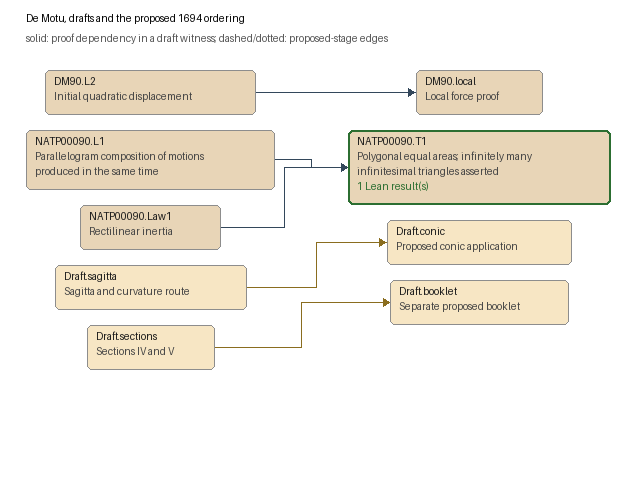
Before: docs/graphs/proof-drafts.png, a diagram exported from Graphviz (arivero/newtonlean). Its source is kept beside it as docs/graphs/proof-drafts.dot. Its diagram source:
```dot
digraph proof-drafts {
  rankdir=LR;
  node [shape=box, style="rounded,filled"];
  "Draft.sections" [label="Draft.sections\nSections IV and V", fillcolor="#f7e6c4", color="#8d8d8d", penwidth=1];
  "NATP00090.T1" [label="NATP00090.T1\nPolygonal equal areas; infinitely many\ninfinitesimal triangles asserted\n1 Lean result(s)", fillcolor="#e8d5b7", color="#2c6e31", penwidth=2];
  "Draft.booklet" [label="Draft.booklet\nSeparate proposed booklet", fillcolor="#f7e6c4", color="#8d8d8d", penwidth=1];
  "NATP00090.L1" [label="NATP00090.L1\nParallelogram composition of motions\nproduced in the same time", fillcolor="#e8d5b7", color="#8d8d8d", penwidth=1];
  "DM90.L2" [label="DM90.L2\nInitial quadratic displacement", fillcolor="#e8d5b7", color="#8d8d8d", penwidth=1];
  "Draft.conic" [label="Draft.conic\nProposed conic application", fillcolor="#f7e6c4", color="#8d8d8d", penwidth=1];
  "DM90.local" [label="DM90.local\nLocal force proof", fillcolor="#e8d5b7", color="#8d8d8d", penwidth=1];
  "Draft.sagitta" [label="Draft.sagitta\nSagitta and curvature route", fillcolor="#f7e6c4", color="#8d8d8d", penwidth=1];
  "NATP00090.Law1" [label="NATP00090.Law1\nRectilinear inertia", fillcolor="#e8d5b7", color="#8d8d8d", penwidth=1];
  "NATP00090.Law1" -> "NATP00090.T1" [style=solid, label="proof dependency", fontsize=9];
  "NATP00090.L1" -> "NATP00090.T1" [style=solid, label="proof dependency", fontsize=9];
  "DM90.L2" -> "DM90.local" [style=solid, label="proof dependency", fontsize=9];
  "Draft.sections" -> "Draft.booklet" [style=solid, label="proposed reordering", fontsize=9];
  "Draft.sagitta" -> "Draft.conic" [style=dotted, label="proposed dependency", fontsize=9];
}
```
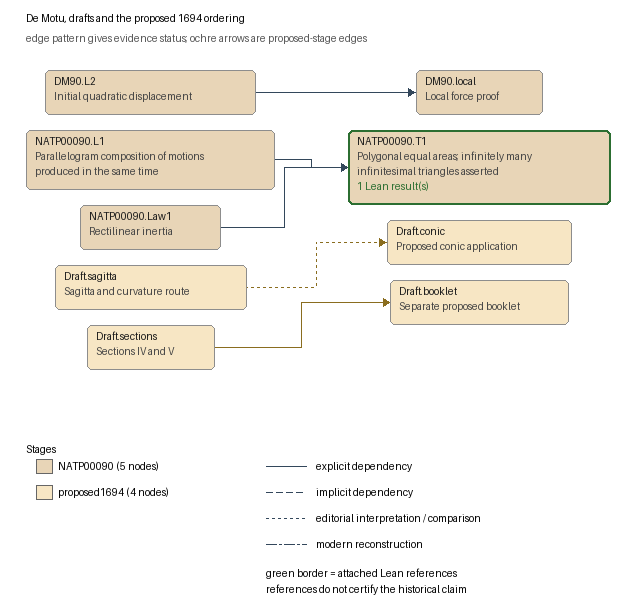
After the change.

Change to the diagram source:
```diff
@@ -1,18 +1,18 @@
 digraph proof-drafts {
   rankdir=LR;
   node [shape=box, style="rounded,filled"];
+  "DM90.L2" [label="DM90.L2\nInitial quadratic displacement", fillcolor="#e8d5b7", color="#8d8d8d", penwidth=1];
+  "DM90.local" [label="DM90.local\nLocal force proof", fillcolor="#e8d5b7", color="#8d8d8d", penwidth=1];
+  "Draft.booklet" [label="Draft.booklet\nSeparate proposed booklet", fillcolor="#f7e6c4", color="#8d8d8d", penwidth=1];
+  "Draft.conic" [label="Draft.conic\nProposed conic application", fillcolor="#f7e6c4", color="#8d8d8d", penwidth=1];
+  "Draft.sagitta" [label="Draft.sagitta\nSagitta and curvature route", fillcolor="#f7e6c4", color="#8d8d8d", penwidth=1];
   "Draft.sections" [label="Draft.sections\nSections IV and V", fillcolor="#f7e6c4", color="#8d8d8d", penwidth=1];
+  "NATP00090.L1" [label="NATP00090.L1\nParallelogram composition of motions\nproduced in the same time", fillcolor="#e8d5b7", color="#8d8d8d", penwidth=1];
+  "NATP00090.Law1" [label="NATP00090.Law1\nRectilinear inertia", fillcolor="#e8d5b7", color="#8d8d8d", penwidth=1];
   "NATP00090.T1" [label="NATP00090.T1\nPolygonal equal areas; infinitely many\ninfinitesimal triangles asserted\n1 Lean result(s)", fillcolor="#e8d5b7", color="#2c6e31", penwidth=2];
-  "Draft.booklet" [label="Draft.booklet\nSeparate proposed booklet", fillcolor="#f7e6c4", color="#8d8d8d", penwidth=1];
-  "NATP00090.L1" [label="NATP00090.L1\nParallelogram composition of motions\nproduced in the same time", fillcolor="#e8d5b7", color="#8d8d8d", penwidth=1];
-  "DM90.L2" [label="DM90.L2\nInitial quadratic displacement", fillcolor="#e8d5b7", color="#8d8d8d", penwidth=1];
-  "Draft.conic" [label="Draft.conic\nProposed conic application", fillcolor="#f7e6c4", color="#8d8d8d", penwidth=1];
-  "DM90.local" [label="DM90.local\nLocal force proof", fillcolor="#e8d5b7", color="#8d8d8d", penwidth=1];
-  "Draft.sagitta" [label="Draft.sagitta\nSagitta and curvature route", fillcolor="#f7e6c4", color="#8d8d8d", penwidth=1];
-  "NATP00090.Law1" [label="NATP00090.Law1\nRectilinear inertia", fillcolor="#e8d5b7", color="#8d8d8d", penwidth=1];
-  "NATP00090.Law1" -> "NATP00090.T1" [style=solid, label="proof dependency", fontsize=9];
-  "NATP00090.L1" -> "NATP00090.T1" [style=solid, label="proof dependency", fontsize=9];
-  "DM90.L2" -> "DM90.local" [style=solid, label="proof dependency", fontsize=9];
-  "Draft.sections" -> "Draft.booklet" [style=solid, label="proposed reordering", fontsize=9];
-  "Draft.sagitta" -> "Draft.conic" [style=dotted, label="proposed dependency", fontsize=9];
+  "NATP00090.Law1" -> "NATP00090.T1" [style=solid, label="proof dependency: explicit_dependency", fontsize=9];
+  "NATP00090.L1" -> "NATP00090.T1" [style=solid, label="proof dependency: explicit_dependency", fontsize=9];
+  "DM90.L2" -> "DM90.local" [style=solid, label="proof dependency: explicit_dependency", fontsize=9];
+  "Draft.sections" -> "Draft.booklet" [style=solid, label="proposed reordering: explicit_dependency", fontsize=9];
+  "Draft.sagitta" -> "Draft.conic" [style=dotted, label="proposed dependency: editorial_interpretation", fontsize=9];
 }
```
